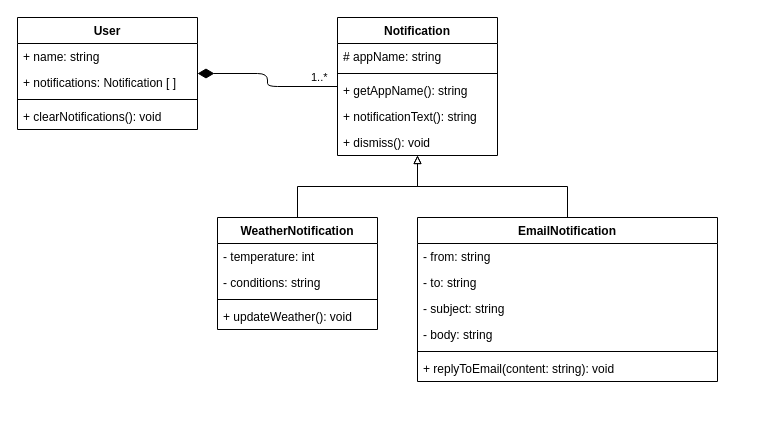
Earlier version of the draw.io diagram data-structures/uml/uml-diagrams.drawio (err53/ICS4U0-work). Source tidied: cells renumbered, new cells numbered last; positions are measured from the earlier drawing's top-left corner, leaving out a move shared by most shapes. Both pictures are drawn from the tidied source at 100%, with x=0, y=0 at pixel (17, 17).
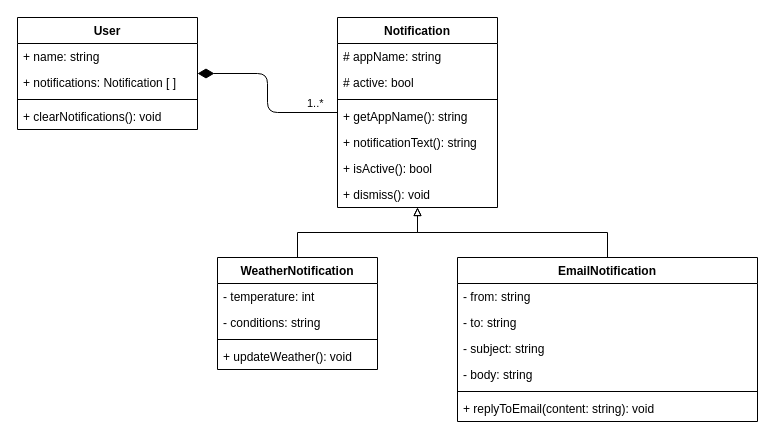
After the change.

What changed in the source:
```diff
@@
     <mxCell id="7" value="Notification" style="swimlane;fontStyle=1;align=center;verticalAlign=top;horizontal=1;startSize=26;" parent="1" vertex="1">
-      <mxGeometry x="320" width="160" height="138" as="geometry" />
+      <mxGeometry x="320" width="160" height="190" as="geometry" />
     </mxCell>
@@
+    <mxCell id="28" value="# active: bool" style="text;strokeColor=none;fillColor=none;align=left;verticalAlign=top;spacingLeft=4;spacingRight=4;overflow=hidden;" parent="7" vertex="1">
+      <mxGeometry y="52" width="160" height="26" as="geometry" />
+    </mxCell>
     <mxCell id="9" style="line;strokeWidth=1;fillColor=none;align=left;verticalAlign=middle;spacingTop=-1;spacingLeft=3;spacingRight=3;labelPosition=right;" parent="7" vertex="1">
-      <mxGeometry y="52" width="160" height="8" as="geometry" />
+      <mxGeometry y="78" width="160" height="8" as="geometry" />
     </mxCell>
     <mxCell id="10" value="+ getAppName(): string" style="text;strokeColor=none;fillColor=none;align=left;verticalAlign=top;spacingLeft=4;spacingRight=4;overflow=hidden;" parent="7" vertex="1">
-      <mxGeometry y="60" width="160" height="26" as="geometry" />
+      <mxGeometry y="86" width="160" height="26" as="geometry" />
     </mxCell>
     <mxCell id="11" value="+ notificationText(): string" style="text;strokeColor=none;fillColor=none;align=left;verticalAlign=top;spacingLeft=4;spacingRight=4;overflow=hidden;" parent="7" vertex="1">
-      <mxGeometry y="86" width="160" height="26" as="geometry" />
+      <mxGeometry y="112" width="160" height="26" as="geometry" />
     </mxCell>
+    <mxCell id="29" value="+ isActive(): bool" style="text;strokeColor=none;fillColor=none;align=left;verticalAlign=top;spacingLeft=4;spacingRight=4;overflow=hidden;" parent="7" vertex="1">
+      <mxGeometry y="138" width="160" height="26" as="geometry" />
+    </mxCell>
     <mxCell id="12" value="+ dismiss(): void" style="text;strokeColor=none;fillColor=none;align=left;verticalAlign=top;spacingLeft=4;spacingRight=4;overflow=hidden;" parent="7" vertex="1">
-      <mxGeometry y="112" width="160" height="26" as="geometry" />
+      <mxGeometry y="164" width="160" height="26" as="geometry" />
     </mxCell>
@@
     <mxCell id="14" value="WeatherNotification" style="swimlane;fontStyle=1;align=center;verticalAlign=top;horizontal=1;startSize=26;" parent="1" vertex="1">
-      <mxGeometry x="200" y="200" width="160" height="112" as="geometry" />
+      <mxGeometry x="200" y="240" width="160" height="112" as="geometry" />
     </mxCell>
@@
     <mxCell id="20" value="EmailNotification" style="swimlane;fontStyle=1;align=center;verticalAlign=top;horizontal=1;startSize=26;" parent="1" vertex="1">
-      <mxGeometry x="400" y="200" width="300" height="164" as="geometry" />
+      <mxGeometry x="440" y="240" width="300" height="164" as="geometry" />
     </mxCell>
```
